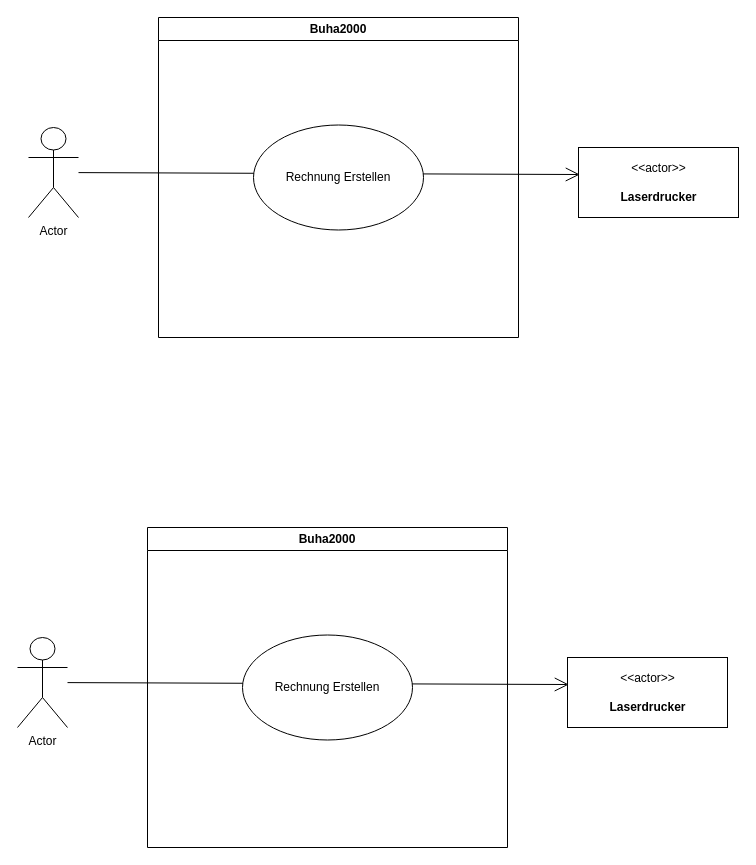
Maxx1408/drawio keeps this draw.io diagram as Beispiel1.drawio. Above is the earlier version. Source tidied: cells renumbered, new cells numbered last; positions are measured from the earlier drawing's top-left corner, leaving out a move shared by most shapes. Both pictures are drawn from the tidied source at 100%, with x=0, y=0 at pixel (17, 17).
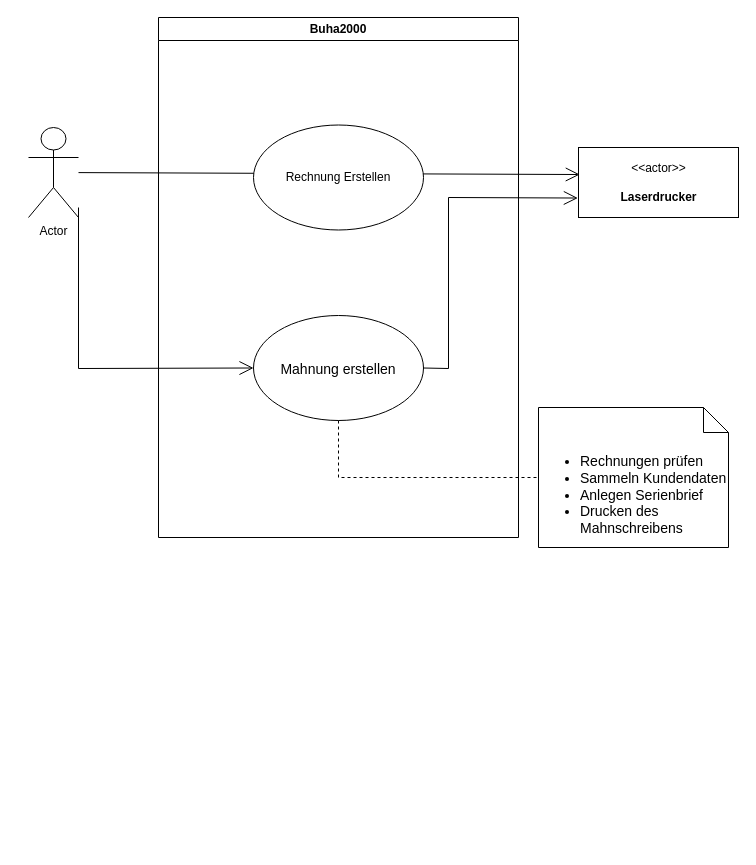
Above is the later version.

Diff of the diagram source:
```diff
@@
 <mxGraphModel>
   <root>
     <mxCell id="0" />
     <mxCell id="1" parent="0" />
     <mxCell id="2" style="endArrow=open;endFill=1;endSize=12;html=1;rounded=0;entryX=0.008;entryY=0.386;entryDx=0;entryDy=0;entryPerimeter=0;" parent="1" edge="1" source="5" target="6">
       <mxGeometry relative="1" as="geometry" />
     </mxCell>
     <mxCell id="3" value="Buha2000" style="swimlane;whiteSpace=wrap;html=1;" parent="1" vertex="1">
-      <mxGeometry x="141" width="360" height="320" as="geometry" />
+      <mxGeometry x="141" width="360" height="520" as="geometry" />
     </mxCell>
     <mxCell id="4" value="Rechnung Erstellen" style="ellipse;whiteSpace=wrap;html=1;" parent="3" vertex="1">
       <mxGeometry x="95" y="107.5" width="170" height="105" as="geometry" />
     </mxCell>
+    <mxCell id="12" value="&lt;font style=&quot;font-size: 14px;&quot;&gt;Mahnung erstellen&lt;/font&gt;" style="ellipse;whiteSpace=wrap;html=1;fontSize=19;" parent="3" vertex="1">
+      <mxGeometry x="95" y="298" width="170" height="105" as="geometry" />
+    </mxCell>
+    <mxCell id="13" style="endArrow=open;endFill=1;endSize=12;html=1;rounded=0;fontSize=14;entryX=0;entryY=0.5;entryDx=0;entryDy=0;" parent="3" edge="1" target="12">
+      <mxGeometry relative="1" as="geometry">
+        <mxPoint x="-80" y="190" as="sourcePoint" />
+        <Array as="points">
+          <mxPoint x="-80" y="351" />
+        </Array>
+      </mxGeometry>
+    </mxCell>
     <mxCell id="5" value="Actor" style="shape=umlActor;verticalLabelPosition=bottom;verticalAlign=top;html=1;" parent="1" vertex="1">
       <mxGeometry x="11" y="110" width="50" height="90" as="geometry" />
     </mxCell>
     <mxCell id="6" value="&amp;lt;&amp;lt;actor&amp;gt;&amp;gt;&lt;br&gt;&lt;br&gt;&lt;b&gt;Laserdrucker&lt;br&gt;&lt;/b&gt;" style="html=1;align=center;verticalAlign=middle;dashed=0;" parent="1" vertex="1">
       <mxGeometry x="561" y="130" width="160" height="70" as="geometry" />
     </mxCell>
-    <mxCell id="7" style="endArrow=open;endFill=1;endSize=12;html=1;rounded=0;entryX=0.008;entryY=0.386;entryDx=0;entryDy=0;entryPerimeter=0;" parent="1" edge="1" source="10" target="11">
-      <mxGeometry relative="1" as="geometry" />
-    </mxCell>
-    <mxCell id="8" value="Buha2000" style="swimlane;whiteSpace=wrap;html=1;" parent="1" vertex="1">
-      <mxGeometry x="130" y="510" width="360" height="320" as="geometry" />
-    </mxCell>
-    <mxCell id="9" value="Rechnung Erstellen" style="ellipse;whiteSpace=wrap;html=1;" parent="8" vertex="1">
-      <mxGeometry x="95" y="107.5" width="170" height="105" as="geometry" />
-    </mxCell>
-    <mxCell id="10" value="Actor" style="shape=umlActor;verticalLabelPosition=bottom;verticalAlign=top;html=1;" parent="1" vertex="1">
-      <mxGeometry y="620" width="50" height="90" as="geometry" />
-    </mxCell>
-    <mxCell id="11" value="&amp;lt;&amp;lt;actor&amp;gt;&amp;gt;&lt;br&gt;&lt;br&gt;&lt;b&gt;Laserdrucker&lt;br&gt;&lt;/b&gt;" style="html=1;align=center;verticalAlign=middle;dashed=0;" parent="1" vertex="1">
-      <mxGeometry x="550" y="640" width="160" height="70" as="geometry" />
-    </mxCell>
+    <mxCell id="14" style="endArrow=open;endFill=1;endSize=12;html=1;rounded=0;fontSize=14;exitX=1;exitY=0.5;exitDx=0;exitDy=0;entryX=-0.004;entryY=0.722;entryDx=0;entryDy=0;entryPerimeter=0;" parent="1" edge="1" source="12" target="6">
+      <mxGeometry relative="1" as="geometry">
+        <Array as="points">
+          <mxPoint x="431" y="351" />
+          <mxPoint x="431" y="180" />
+        </Array>
+      </mxGeometry>
+    </mxCell>
+    <mxCell id="15" value="&lt;ul&gt;&lt;li&gt;Rechnungen prüfen&lt;/li&gt;&lt;li&gt;Sammeln Kundendaten&lt;/li&gt;&lt;li&gt;Anlegen Serienbrief&lt;/li&gt;&lt;li&gt;Drucken des Mahnschreibens&lt;/li&gt;&lt;/ul&gt;" style="shape=note2;boundedLbl=1;whiteSpace=wrap;html=1;size=25;verticalAlign=top;align=left;fontSize=14;" parent="1" vertex="1">
+      <mxGeometry x="521" y="390" width="190" height="140" as="geometry" />
+    </mxCell>
+    <mxCell id="16" style="endArrow=none;dashed=1;html=1;rounded=0;fontSize=12;exitX=0.5;exitY=1;exitDx=0;exitDy=0;entryX=0;entryY=0.5;entryDx=0;entryDy=0;entryPerimeter=0;" parent="1" edge="1" source="12" target="15">
+      <mxGeometry relative="1" as="geometry">
+        <Array as="points">
+          <mxPoint x="321" y="460" />
+        </Array>
+      </mxGeometry>
+    </mxCell>
   </root>
 </mxGraphModel>
```
